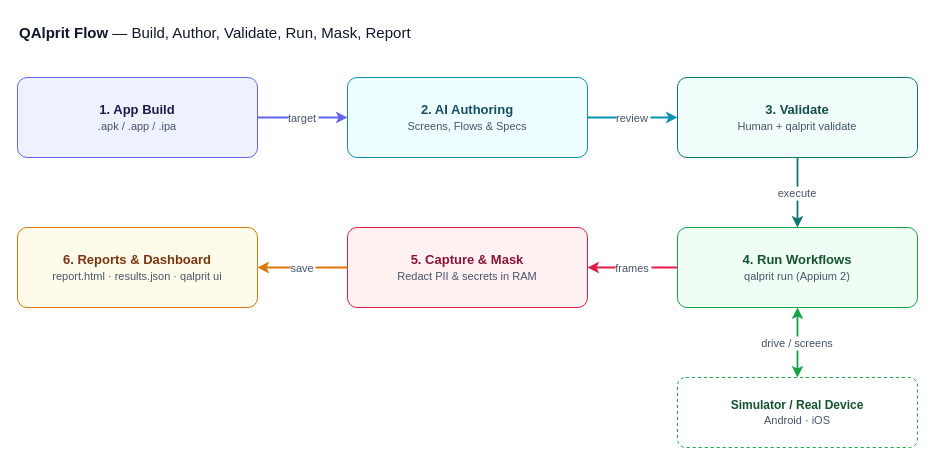
The draw.io diagram docs/architecture.drawio in vattitude-me/QAlprit, before the edit. Source tidied: cells renumbered, new cells numbered last; positions are measured from the earlier drawing's top-left corner, leaving out a move shared by most shapes. Both pictures are drawn from the tidied source at 100%, with x=0, y=0 at pixel (17, 17).
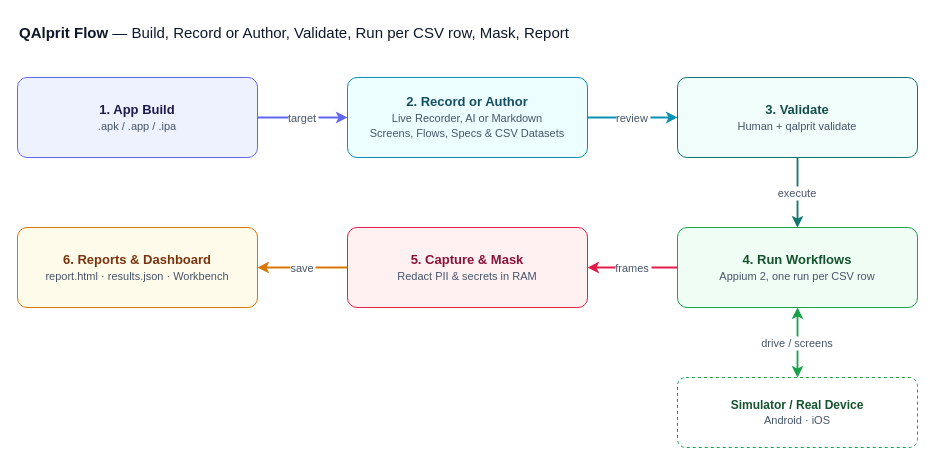
Above is the later version.

Diff of the diagram source:
```diff
@@
 <mxGraphModel>
   <root>
     <mxCell id="0" />
     <mxCell id="1" parent="0" />
-    <mxCell id="2" value="&lt;b&gt;QAlprit Flow&lt;/b&gt;&amp;nbsp;—&amp;nbsp;Build, Author, Validate, Run, Mask, Report" style="text;html=1;align=left;verticalAlign=middle;fontSize=15;fontColor=#0f172a;strokeColor=none;fillColor=none;" parent="1" vertex="1">
+    <mxCell id="2" value="&lt;b&gt;QAlprit Flow&lt;/b&gt;&amp;nbsp;—&amp;nbsp;Build, Record or Author, Validate, Run per CSV row, Mask, Report" style="text;html=1;align=left;verticalAlign=middle;fontSize=15;fontColor=#0f172a;strokeColor=none;fillColor=none;" parent="1" vertex="1">
       <mxGeometry width="600" height="30" as="geometry" />
     </mxCell>
     <mxCell id="3" value="&lt;b&gt;1. App Build&lt;/b&gt;&lt;br&gt;&lt;font style=&quot;font-size: 11px; color: #475569;&quot;&gt;.apk / .app / .ipa&lt;/font&gt;" style="rounded=1;whiteSpace=wrap;html=1;arcSize=12;fillColor=#eef2ff;strokeColor=#6366f1;fontColor=#1e1b4b;fontSize=13;" parent="1" vertex="1">
       <mxGeometry y="60" width="240" height="80" as="geometry" />
     </mxCell>
-    <mxCell id="4" value="&lt;b&gt;2. AI Authoring&lt;/b&gt;&lt;br&gt;&lt;font style=&quot;font-size: 11px; color: #475569;&quot;&gt;Screens, Flows &amp;amp; Specs&lt;/font&gt;" style="rounded=1;whiteSpace=wrap;html=1;arcSize=12;fillColor=#ecfeff;strokeColor=#0891b2;fontColor=#164e63;fontSize=13;" parent="1" vertex="1">
+    <mxCell id="4" value="&lt;b&gt;2. Record or Author&lt;/b&gt;&lt;br&gt;&lt;font style=&quot;font-size: 11px; color: #475569;&quot;&gt;Live Recorder, AI or Markdown&lt;br&gt;Screens, Flows, Specs &amp;amp; CSV Datasets&lt;/font&gt;" style="rounded=1;whiteSpace=wrap;html=1;arcSize=12;fillColor=#ecfeff;strokeColor=#0891b2;fontColor=#164e63;fontSize=13;" parent="1" vertex="1">
       <mxGeometry x="330" y="60" width="240" height="80" as="geometry" />
     </mxCell>
     <mxCell id="5" value="&lt;b&gt;3. Validate&lt;/b&gt;&lt;br&gt;&lt;font style=&quot;font-size: 11px; color: #475569;&quot;&gt;Human + qalprit validate&lt;/font&gt;" style="rounded=1;whiteSpace=wrap;html=1;arcSize=12;fillColor=#f0fdfa;strokeColor=#0f766e;fontColor=#134e4a;fontSize=13;" parent="1" vertex="1">
       <mxGeometry x="660" y="60" width="240" height="80" as="geometry" />
     </mxCell>
-    <mxCell id="6" value="&lt;b&gt;4. Run Workflows&lt;/b&gt;&lt;br&gt;&lt;font style=&quot;font-size: 11px; color: #475569;&quot;&gt;qalprit run (Appium 2)&lt;/font&gt;" style="rounded=1;whiteSpace=wrap;html=1;arcSize=12;fillColor=#f0fdf4;strokeColor=#16a34a;fontColor=#14532d;fontSize=13;" parent="1" vertex="1">
+    <mxCell id="6" value="&lt;b&gt;4. Run Workflows&lt;/b&gt;&lt;br&gt;&lt;font style=&quot;font-size: 11px; color: #475569;&quot;&gt;Appium 2, one run per CSV row&lt;/font&gt;" style="rounded=1;whiteSpace=wrap;html=1;arcSize=12;fillColor=#f0fdf4;strokeColor=#16a34a;fontColor=#14532d;fontSize=13;" parent="1" vertex="1">
       <mxGeometry x="660" y="210" width="240" height="80" as="geometry" />
     </mxCell>
     <mxCell id="7" value="&lt;b&gt;Simulator / Real Device&lt;/b&gt;&lt;br&gt;&lt;font style=&quot;font-size: 11px; color: #475569;&quot;&gt;Android · iOS&lt;/font&gt;" style="rounded=1;whiteSpace=wrap;html=1;arcSize=12;dashed=1;fillColor=#ffffff;strokeColor=#16a34a;fontColor=#14532d;fontSize=12;" parent="1" vertex="1">
       <mxGeometry x="660" y="360" width="240" height="70" as="geometry" />
     </mxCell>
     <mxCell id="8" value="&lt;b&gt;5. Capture &amp;amp; Mask&lt;/b&gt;&lt;br&gt;&lt;font style=&quot;font-size: 11px; color: #475569;&quot;&gt;Redact PII &amp;amp; secrets in RAM&lt;/font&gt;" style="rounded=1;whiteSpace=wrap;html=1;arcSize=12;fillColor=#fff1f2;strokeColor=#e11d48;fontColor=#881337;fontSize=13;" parent="1" vertex="1">
       <mxGeometry x="330" y="210" width="240" height="80" as="geometry" />
     </mxCell>
-    <mxCell id="9" value="&lt;b&gt;6. Reports &amp;amp; Dashboard&lt;/b&gt;&lt;br&gt;&lt;font style=&quot;font-size: 11px; color: #475569;&quot;&gt;report.html · results.json · qalprit ui&lt;/font&gt;" style="rounded=1;whiteSpace=wrap;html=1;arcSize=12;fillColor=#fffbeb;strokeColor=#d97706;fontColor=#78350f;fontSize=13;" parent="1" vertex="1">
+    <mxCell id="9" value="&lt;b&gt;6. Reports &amp;amp; Dashboard&lt;/b&gt;&lt;br&gt;&lt;font style=&quot;font-size: 11px; color: #475569;&quot;&gt;report.html · results.json · Workbench&lt;/font&gt;" style="rounded=1;whiteSpace=wrap;html=1;arcSize=12;fillColor=#fffbeb;strokeColor=#d97706;fontColor=#78350f;fontSize=13;" parent="1" vertex="1">
       <mxGeometry y="210" width="240" height="80" as="geometry" />
     </mxCell>
     <mxCell id="10" value="target" style="edgeStyle=orthogonalEdgeStyle;rounded=1;strokeColor=#6366f1;strokeWidth=1.8;fontSize=11;fontColor=#475569;" parent="1" edge="1" source="3" target="4">
       <mxGeometry relative="1" as="geometry" />
     </mxCell>
     <mxCell id="11" value="review" style="edgeStyle=orthogonalEdgeStyle;rounded=1;strokeColor=#0891b2;strokeWidth=1.8;fontSize=11;fontColor=#475569;" parent="1" edge="1" source="4" target="5">
       <mxGeometry relative="1" as="geometry" />
     </mxCell>
     <mxCell id="12" value="execute" style="edgeStyle=orthogonalEdgeStyle;rounded=1;strokeColor=#0f766e;strokeWidth=1.8;fontSize=11;fontColor=#475569;" parent="1" edge="1" source="5" target="6">
       <mxGeometry relative="1" as="geometry" />
     </mxCell>
     <mxCell id="13" value="drive / screens" style="edgeStyle=orthogonalEdgeStyle;rounded=1;startArrow=classic;endArrow=classic;strokeColor=#16a34a;strokeWidth=1.8;fontSize=11;fontColor=#475569;" parent="1" edge="1" source="6" target="7">
       <mxGeometry relative="1" as="geometry" />
     </mxCell>
     <mxCell id="14" value="frames" style="edgeStyle=orthogonalEdgeStyle;rounded=1;strokeColor=#e11d48;strokeWidth=1.8;fontSize=11;fontColor=#475569;" parent="1" edge="1" source="6" target="8">
       <mxGeometry relative="1" as="geometry" />
     </mxCell>
     <mxCell id="15" value="save" style="edgeStyle=orthogonalEdgeStyle;rounded=1;strokeColor=#d97706;strokeWidth=1.8;fontSize=11;fontColor=#475569;" parent="1" edge="1" source="8" target="9">
       <mxGeometry relative="1" as="geometry" />
     </mxCell>
   </root>
 </mxGraphModel>
```
